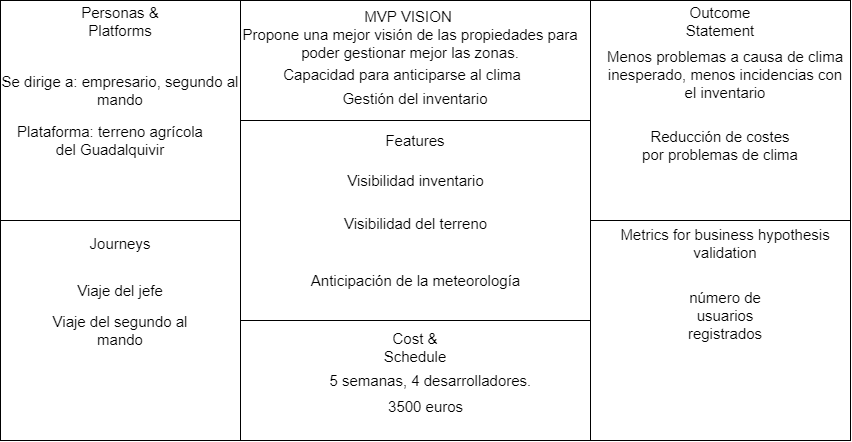
Earlier version of the draw.io export images/Canvas.png (iarrans/psg1practicas). Source tidied: cells renumbered, new cells last; positions are measured from the earlier drawing's top-left corner, leaving out a move shared by most shapes.
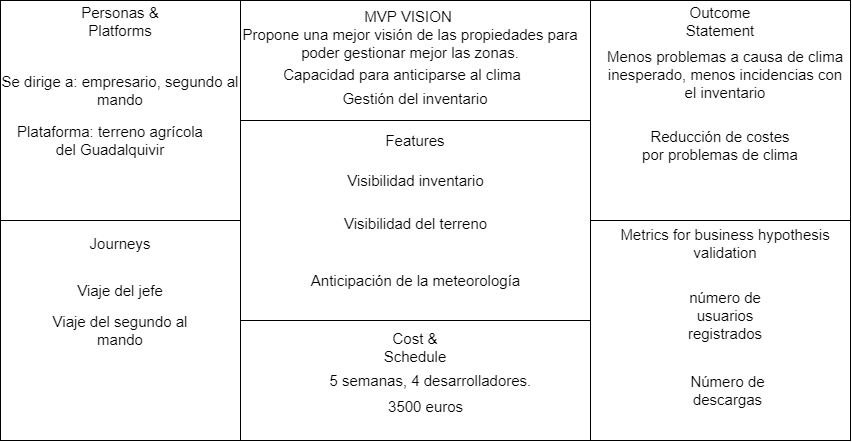
After the commit.

The edit, as a diff of the source:
```diff
@@ -89,5 +89,8 @@
     <mxCell id="30" value="&lt;div&gt;&amp;nbsp;3500 euros&lt;/div&gt;&lt;div&gt;&lt;br&gt;&lt;/div&gt;" style="text;html=1;strokeColor=none;fillColor=none;align=center;verticalAlign=middle;whiteSpace=wrap;rounded=0;fontSize=15;" parent="1" vertex="1">
       <mxGeometry x="336" y="405" width="175" height="20" as="geometry" />
     </mxCell>
+    <mxCell id="31" value="Número de descargas" style="text;html=1;strokeColor=none;fillColor=none;align=center;verticalAlign=middle;whiteSpace=wrap;rounded=0;fontSize=15;" parent="1" vertex="1">
+      <mxGeometry x="675" y="380" width="105" height="20" as="geometry" />
+    </mxCell>
   </root>
 </mxGraphModel>
```
